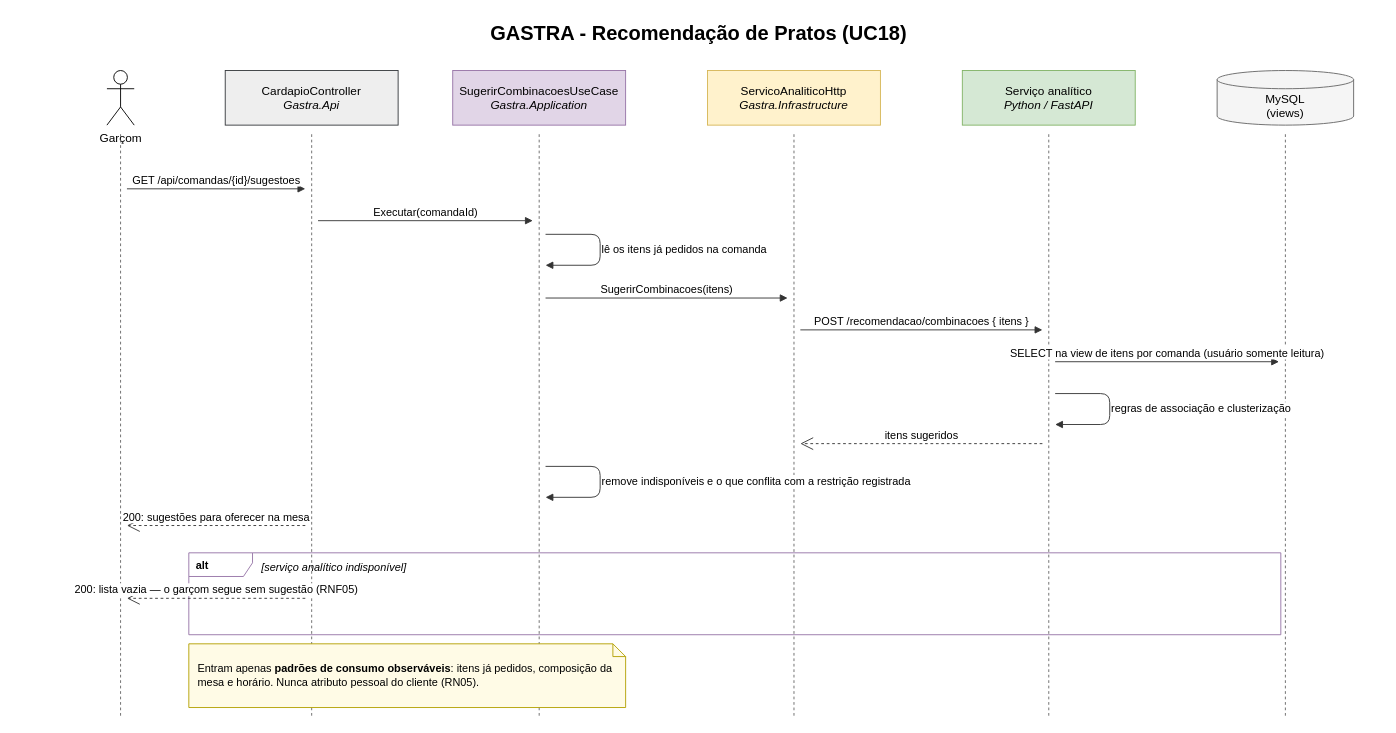
Before: docs/diagramas/_fontes/GASTRA_Sequencia_RecomendacaoPratos.drawio in danih-vb/gastra-tg, a draw.io diagram. Source tidied: cells renumbered, new cells numbered last; positions are measured from the earlier drawing's top-left corner, leaving out a move shared by most shapes. Both pictures are drawn from the tidied source at 91%, with x=0, y=0 at pixel (15, 15).
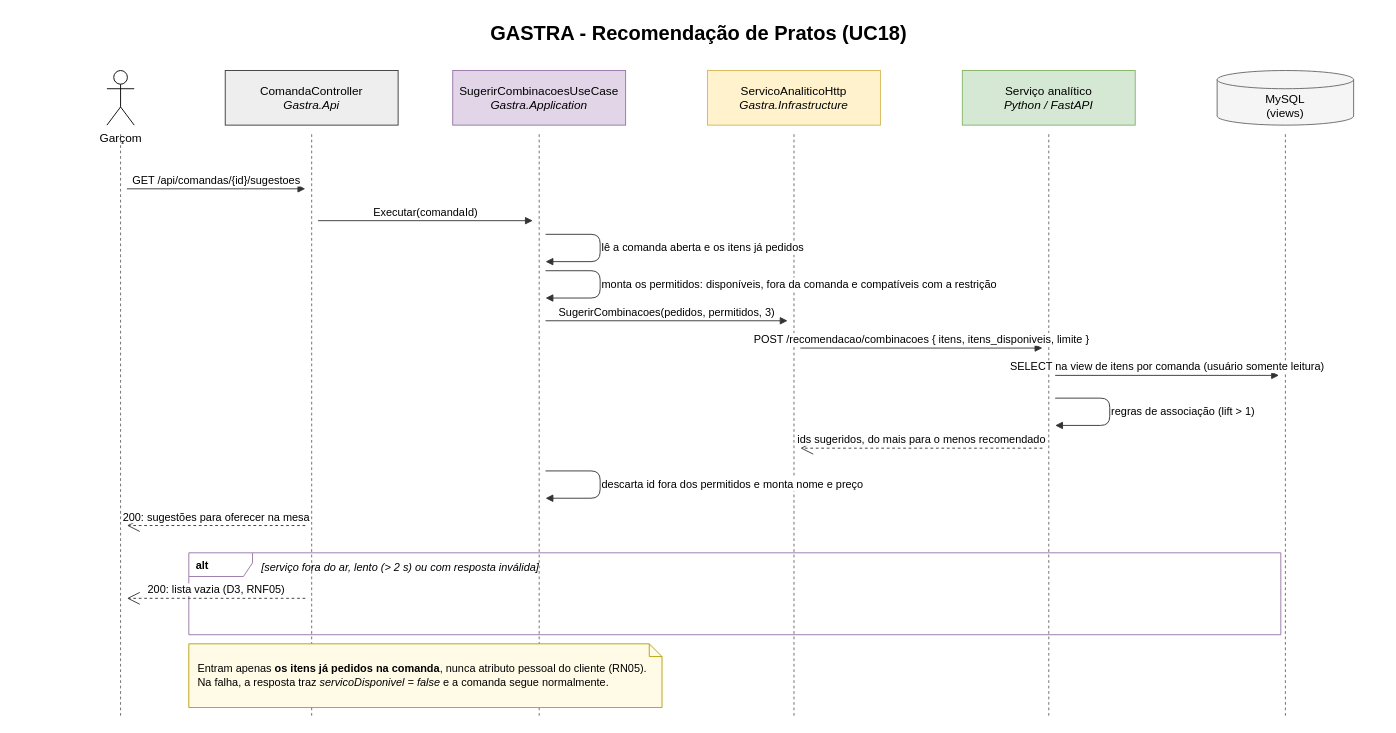
The same page after the edit.

Commit message (it also covers changes not shown here):
docs: integracao com o servico analitico nos diagramas e na arquitetura

What changed in the source:
```diff
@@
-    <mxCell id="5" value="CardapioController&lt;br&gt;&lt;i&gt;Gastra.Api&lt;/i&gt;" style="rounded=0;whiteSpace=wrap;html=1;fillColor=#eeeeee;strokeColor=#36393d;fontSize=13;" parent="1" vertex="1">
+    <mxCell id="5" value="ComandaController&lt;br&gt;&lt;i&gt;Gastra.Api&lt;/i&gt;" style="rounded=0;whiteSpace=wrap;html=1;fillColor=#eeeeee;strokeColor=#36393d;fontSize=13;" parent="1" vertex="1">
       <mxGeometry x="230" y="60" width="190" height="60" as="geometry" />
     </mxCell>
@@
-    <mxCell id="17" value="lê os itens já pedidos na comanda" style="html=1;endArrow=block;endFill=1;strokeColor=#333333;fontSize=12;align=left;labelBackgroundColor=#ffffff;edgeStyle=orthogonalEdgeStyle;rounded=1;" parent="1" edge="1">
+    <mxCell id="17" value="lê a comanda aberta e os itens já pedidos" style="html=1;endArrow=block;endFill=1;strokeColor=#333333;fontSize=12;align=left;labelBackgroundColor=#ffffff;edgeStyle=orthogonalEdgeStyle;rounded=1;" parent="1" edge="1">
       <mxGeometry relative="1" as="geometry">
         <mxPoint x="582" y="240" as="sourcePoint" />
-        <mxPoint x="582" y="274" as="targetPoint" />
+        <mxPoint x="582" y="270" as="targetPoint" />
         <Array as="points">
           <mxPoint x="642" y="240" />
-          <mxPoint x="642" y="274" />
+          <mxPoint x="642" y="270" />
         </Array>
       </mxGeometry>
     </mxCell>
-    <mxCell id="18" value="SugerirCombinacoes(itens)" style="html=1;endArrow=block;endFill=1;strokeColor=#333333;fontSize=12;align=center;verticalAlign=bottom;labelBackgroundColor=#ffffff;" parent="1" edge="1">
+    <mxCell id="18" value="monta os permitidos: disponíveis, fora da comanda e compatíveis com a restrição" style="html=1;endArrow=block;endFill=1;strokeColor=#333333;fontSize=12;align=left;labelBackgroundColor=#ffffff;edgeStyle=orthogonalEdgeStyle;rounded=1;" parent="1" edge="1">
       <mxGeometry relative="1" as="geometry">
-        <mxPoint x="582" y="310" as="sourcePoint" />
-        <mxPoint x="848" y="310" as="targetPoint" />
+        <mxPoint x="582" y="280" as="sourcePoint" />
+        <mxPoint x="582" y="310" as="targetPoint" />
+        <Array as="points">
+          <mxPoint x="642" y="280" />
+          <mxPoint x="642" y="310" />
+        </Array>
       </mxGeometry>
     </mxCell>
-    <mxCell id="19" value="POST /recomendacao/combinacoes { itens }" style="html=1;endArrow=block;endFill=1;strokeColor=#333333;fontSize=12;align=center;verticalAlign=bottom;labelBackgroundColor=#ffffff;" parent="1" edge="1">
+    <mxCell id="19" value="SugerirCombinacoes(pedidos, permitidos, 3)" style="html=1;endArrow=block;endFill=1;strokeColor=#333333;fontSize=12;align=center;verticalAlign=bottom;labelBackgroundColor=#ffffff;" parent="1" edge="1">
       <mxGeometry relative="1" as="geometry">
-        <mxPoint x="862" y="345" as="sourcePoint" />
-        <mxPoint x="1128" y="345" as="targetPoint" />
+        <mxPoint x="582" y="335" as="sourcePoint" />
+        <mxPoint x="848" y="335" as="targetPoint" />
       </mxGeometry>
     </mxCell>
-    <mxCell id="20" value="SELECT na view de itens por comanda (usuário somente leitura)" style="html=1;endArrow=block;endFill=1;strokeColor=#333333;fontSize=12;align=center;verticalAlign=bottom;labelBackgroundColor=#ffffff;" parent="1" edge="1">
+    <mxCell id="20" value="POST /recomendacao/combinacoes { itens, itens_disponiveis, limite }" style="html=1;endArrow=block;endFill=1;strokeColor=#333333;fontSize=12;align=center;verticalAlign=bottom;labelBackgroundColor=#ffffff;" parent="1" edge="1">
       <mxGeometry relative="1" as="geometry">
-        <mxPoint x="1142" y="380" as="sourcePoint" />
-        <mxPoint x="1388" y="380" as="targetPoint" />
+        <mxPoint x="862" y="365" as="sourcePoint" />
+        <mxPoint x="1128" y="365" as="targetPoint" />
       </mxGeometry>
     </mxCell>
-    <mxCell id="21" value="regras de associação e clusterização" style="html=1;endArrow=block;endFill=1;strokeColor=#333333;fontSize=12;align=left;labelBackgroundColor=#ffffff;edgeStyle=orthogonalEdgeStyle;rounded=1;" parent="1" edge="1">
+    <mxCell id="21" value="SELECT na view de itens por comanda (usuário somente leitura)" style="html=1;endArrow=block;endFill=1;strokeColor=#333333;fontSize=12;align=center;verticalAlign=bottom;labelBackgroundColor=#ffffff;" parent="1" edge="1">
       <mxGeometry relative="1" as="geometry">
-        <mxPoint x="1142" y="415" as="sourcePoint" />
-        <mxPoint x="1142" y="449" as="targetPoint" />
-        <Array as="points">
-          <mxPoint x="1202" y="415" />
-          <mxPoint x="1202" y="449" />
-        </Array>
+        <mxPoint x="1142" y="395" as="sourcePoint" />
+        <mxPoint x="1388" y="395" as="targetPoint" />
       </mxGeometry>
     </mxCell>
-    <mxCell id="22" value="itens sugeridos" style="html=1;endArrow=open;endSize=12;dashed=1;strokeColor=#333333;fontSize=12;align=center;verticalAlign=bottom;labelBackgroundColor=#ffffff;" parent="1" edge="1">
+    <mxCell id="22" value="regras de associação (lift &gt; 1)" style="html=1;endArrow=block;endFill=1;strokeColor=#333333;fontSize=12;align=left;labelBackgroundColor=#ffffff;edgeStyle=orthogonalEdgeStyle;rounded=1;" parent="1" edge="1">
       <mxGeometry relative="1" as="geometry">
-        <mxPoint x="1128" y="470" as="sourcePoint" />
-        <mxPoint x="862" y="470" as="targetPoint" />
+        <mxPoint x="1142" y="420" as="sourcePoint" />
+        <mxPoint x="1142" y="450" as="targetPoint" />
+        <Array as="points">
+          <mxPoint x="1202" y="420" />
+          <mxPoint x="1202" y="450" />
+        </Array>
       </mxGeometry>
     </mxCell>
-    <mxCell id="23" value="remove indisponíveis e o que conflita com a restrição registrada" style="html=1;endArrow=block;endFill=1;strokeColor=#333333;fontSize=12;align=left;labelBackgroundColor=#ffffff;edgeStyle=orthogonalEdgeStyle;rounded=1;" parent="1" edge="1">
+    <mxCell id="23" value="ids sugeridos, do mais para o menos recomendado" style="html=1;endArrow=open;endSize=12;dashed=1;strokeColor=#333333;fontSize=12;align=center;verticalAlign=bottom;labelBackgroundColor=#ffffff;" parent="1" edge="1">
       <mxGeometry relative="1" as="geometry">
-        <mxPoint x="582" y="495" as="sourcePoint" />
-        <mxPoint x="582" y="529" as="targetPoint" />
-        <Array as="points">
-          <mxPoint x="642" y="495" />
-          <mxPoint x="642" y="529" />
-        </Array>
+        <mxPoint x="1128" y="475" as="sourcePoint" />
+        <mxPoint x="862" y="475" as="targetPoint" />
       </mxGeometry>
     </mxCell>
-    <mxCell id="24" value="200: sugestões para oferecer na mesa" style="html=1;endArrow=open;endSize=12;dashed=1;strokeColor=#333333;fontSize=12;align=center;verticalAlign=bottom;labelBackgroundColor=#ffffff;" parent="1" edge="1">
+    <mxCell id="24" value="descarta id fora dos permitidos e monta nome e preço" style="html=1;endArrow=block;endFill=1;strokeColor=#333333;fontSize=12;align=left;labelBackgroundColor=#ffffff;edgeStyle=orthogonalEdgeStyle;rounded=1;" parent="1" edge="1">
       <mxGeometry relative="1" as="geometry">
-        <mxPoint x="318" y="560" as="sourcePoint" />
-        <mxPoint x="122" y="560" as="targetPoint" />
+        <mxPoint x="582" y="500" as="sourcePoint" />
+        <mxPoint x="582" y="530" as="targetPoint" />
+        <Array as="points">
+          <mxPoint x="642" y="500" />
+          <mxPoint x="642" y="530" />
+        </Array>
       </mxGeometry>
     </mxCell>
-    <mxCell id="25" value="alt" style="shape=umlFrame;whiteSpace=wrap;html=1;width=70;height=26;fillColor=none;strokeColor=#9673a6;fontSize=12;fontStyle=1;verticalAlign=top;align=left;spacingLeft=6;" parent="1" vertex="1">
-      <mxGeometry x="190" y="590" width="1200" height="90" as="geometry" />
+    <mxCell id="25" value="200: sugestões para oferecer na mesa" style="html=1;endArrow=open;endSize=12;dashed=1;strokeColor=#333333;fontSize=12;align=center;verticalAlign=bottom;labelBackgroundColor=#ffffff;" parent="1" edge="1">
+      <mxGeometry relative="1" as="geometry">
+        <mxPoint x="318" y="560" as="sourcePoint" />
+        <mxPoint x="122" y="560" as="targetPoint" />
+      </mxGeometry>
     </mxCell>
-    <mxCell id="26" value="[serviço analítico indisponível]" style="text;html=1;align=left;fontSize=12;fontStyle=2;" parent="1" vertex="1">
-      <mxGeometry x="268" y="592" width="1110" height="22" as="geometry" />
+    <mxCell id="26" value="alt" style="shape=umlFrame;whiteSpace=wrap;html=1;width=70;height=26;fillColor=none;strokeColor=#9673a6;fontSize=12;fontStyle=1;verticalAlign=top;align=left;spacingLeft=6;" parent="1" vertex="1">
+      <mxGeometry x="190" y="590" width="1200" height="90" as="geometry" />
     </mxCell>
-    <mxCell id="27" value="200: lista vazia — o garçom segue sem sugestão (RNF05)" style="html=1;endArrow=open;endSize=12;dashed=1;strokeColor=#333333;fontSize=12;align=center;verticalAlign=bottom;labelBackgroundColor=#ffffff;" parent="1" edge="1">
-      <mxGeometry relative="1" as="geometry">
-        <mxPoint x="318" y="640" as="sourcePoint" />
-        <mxPoint x="122" y="640" as="targetPoint" />
-      </mxGeometry>
+    <mxCell id="27" value="[serviço fora do ar, lento (&gt; 2 s) ou com resposta inválida]" style="text;html=1;align=left;fontSize=12;fontStyle=2;" parent="1" vertex="1">
+      <mxGeometry x="268" y="592" width="1110" height="22" as="geometry" />
     </mxCell>
-    <mxCell id="28" value="Entram apenas &lt;b&gt;padrões de consumo observáveis&lt;/b&gt;: itens já pedidos, composição da mesa e horário. Nunca atributo pessoal do cliente (RN05)." style="shape=note;size=14;whiteSpace=wrap;html=1;align=left;spacingLeft=8;fillColor=#fffbe6;strokeColor=#b3a100;fontSize=12;" parent="1" vertex="1">
-      <mxGeometry x="190" y="690" width="480" height="70" as="geometry" />
+    <mxCell id="28" value="200: lista vazia (D3, RNF05)" style="html=1;endArrow=open;endSize=12;dashed=1;strokeColor=#333333;fontSize=12;align=center;verticalAlign=bottom;labelBackgroundColor=#ffffff;" parent="1" edge="1">
+      <mxGeometry relative="1" as="geometry">
+        <mxPoint x="318" y="640" as="sourcePoint" />
+        <mxPoint x="122" y="640" as="targetPoint" />
+      </mxGeometry>
     </mxCell>
+    <mxCell id="29" value="Entram apenas &lt;b&gt;os itens já pedidos na comanda&lt;/b&gt;, nunca atributo pessoal do cliente (RN05). Na falha, a resposta traz &lt;i&gt;servicoDisponivel = false&lt;/i&gt; e a comanda segue normalmente." style="shape=note;size=14;whiteSpace=wrap;html=1;align=left;spacingLeft=8;fillColor=#fffbe6;strokeColor=#b3a100;fontSize=12;" parent="1" vertex="1">
+      <mxGeometry x="190" y="690" width="520" height="70" as="geometry" />
+    </mxCell>
```
